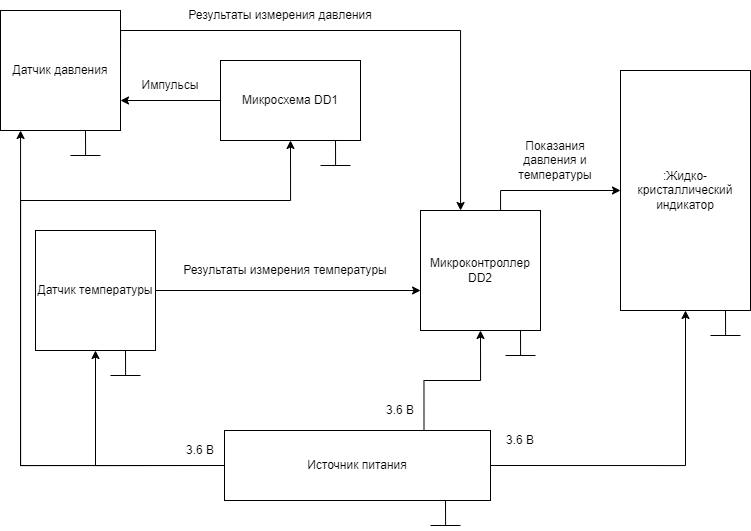
Earlier version of the draw.io export Структурная схема.png (IlyaFedoseev227/LABS-PNRPU-IVT-22-1b). Source tidied: cells renumbered, new cells last; positions are measured from the earlier drawing's top-left corner, leaving out a move shared by most shapes.
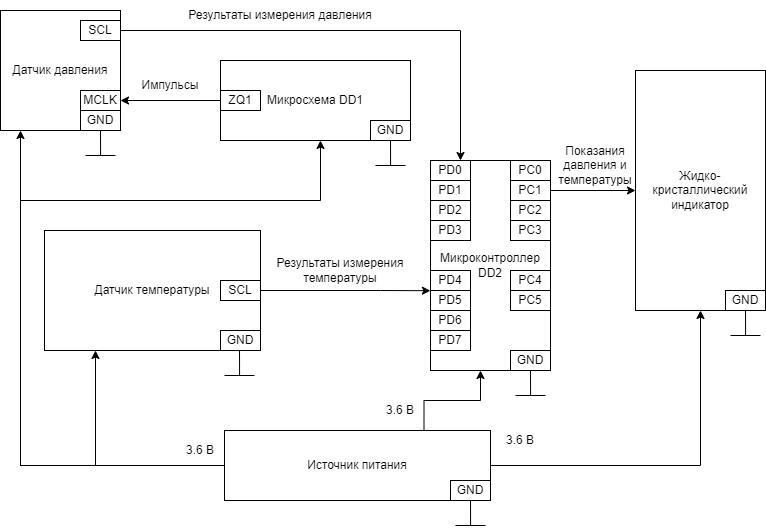
Above is the later version.

Diff of the diagram source:
```diff
@@ -2,58 +2,51 @@
   <root>
     <mxCell id="0" />
     <mxCell id="1" parent="0" />
-    <mxCell id="2" style="edgeStyle=orthogonalEdgeStyle;rounded=0;jettySize=auto;html=1;exitX=0.75;exitY=0;exitDx=0;exitDy=0;entryX=0;entryY=0.5;entryDx=0;entryDy=0;" parent="1" edge="1" source="3" target="4">
-      <mxGeometry relative="1" as="geometry">
-        <Array as="points">
-          <mxPoint x="500" y="210" />
-          <mxPoint x="500" y="190" />
-        </Array>
-      </mxGeometry>
-    </mxCell>
-    <mxCell id="3" value="Микроконтроллер DD2" style="whiteSpace=wrap;html=1;" parent="1" vertex="1">
-      <mxGeometry x="420" y="210" width="120" height="120" as="geometry" />
-    </mxCell>
-    <mxCell id="4" value=":Жидко-кристаллический индикатор" style="rounded=0;whiteSpace=wrap;html=1;" parent="1" vertex="1">
-      <mxGeometry x="620" y="70" width="130" height="240" as="geometry" />
+    <mxCell id="4" value="Жидко-кристаллический индикатор" style="rounded=0;whiteSpace=wrap;html=1;" parent="1" vertex="1">
+      <mxGeometry x="635" y="70" width="130" height="240" as="geometry" />
     </mxCell>
     <mxCell id="5" style="edgeStyle=orthogonalEdgeStyle;rounded=0;jettySize=auto;html=1;exitX=0;exitY=0.5;exitDx=0;exitDy=0;entryX=1;entryY=0.75;entryDx=0;entryDy=0;" parent="1" edge="1" source="6" target="8">
       <mxGeometry relative="1" as="geometry" />
     </mxCell>
     <mxCell id="6" value="Микросхема DD1" style="rounded=0;whiteSpace=wrap;html=1;" parent="1" vertex="1">
-      <mxGeometry x="220" y="60" width="140" height="80" as="geometry" />
+      <mxGeometry x="220" y="60" width="190" height="80" as="geometry" />
     </mxCell>
-    <mxCell id="7" style="edgeStyle=orthogonalEdgeStyle;rounded=0;jettySize=auto;html=1;exitX=1;exitY=0.5;exitDx=0;exitDy=0;" parent="1" edge="1" source="8">
+    <mxCell id="7" style="edgeStyle=orthogonalEdgeStyle;rounded=0;jettySize=auto;html=1;exitX=1;exitY=0.5;exitDx=0;exitDy=0;entryX=0.25;entryY=0;entryDx=0;entryDy=0;" parent="1" edge="1" source="8" target="3">
       <mxGeometry relative="1" as="geometry">
-        <mxPoint x="460" y="210" as="targetPoint" />
         <Array as="points">
           <mxPoint x="120" y="30" />
           <mxPoint x="460" y="30" />
-          <mxPoint x="460" y="210" />
         </Array>
       </mxGeometry>
     </mxCell>
     <mxCell id="8" value="Датчик давления" style="whiteSpace=wrap;html=1;" parent="1" vertex="1">
       <mxGeometry y="10" width="120" height="120" as="geometry" />
     </mxCell>
-    <mxCell id="9" style="edgeStyle=orthogonalEdgeStyle;rounded=0;jettySize=auto;html=1;exitX=1;exitY=0.5;exitDx=0;exitDy=0;" parent="1" edge="1" source="10">
+    <mxCell id="9" style="edgeStyle=orthogonalEdgeStyle;rounded=0;jettySize=auto;html=1;exitX=1;exitY=0.5;exitDx=0;exitDy=0;entryX=-0.001;entryY=0.62;entryDx=0;entryDy=0;entryPerimeter=0;" parent="1" edge="1" target="3">
       <mxGeometry relative="1" as="geometry">
-        <mxPoint x="420" y="290" as="targetPoint" />
+        <mxPoint x="155" y="290" as="sourcePoint" />
         <Array as="points">
-          <mxPoint x="420" y="290" />
+          <mxPoint x="380" y="290" />
+          <mxPoint x="380" y="290" />
         </Array>
       </mxGeometry>
     </mxCell>
-    <mxCell id="10" value="Датчик температуры" style="whiteSpace=wrap;html=1;" parent="1" vertex="1">
-      <mxGeometry x="35" y="230" width="120" height="120" as="geometry" />
-    </mxCell>
     <mxCell id="11" style="edgeStyle=orthogonalEdgeStyle;rounded=0;jettySize=auto;html=1;exitX=1;exitY=0.5;exitDx=0;exitDy=0;entryX=0.5;entryY=1;entryDx=0;entryDy=0;" parent="1" edge="1" source="16" target="4">
       <mxGeometry relative="1" as="geometry" />
     </mxCell>
-    <mxCell id="12" style="edgeStyle=orthogonalEdgeStyle;rounded=0;jettySize=auto;html=1;exitX=0;exitY=0.5;exitDx=0;exitDy=0;entryX=0.5;entryY=1;entryDx=0;entryDy=0;" parent="1" edge="1" source="16" target="10">
-      <mxGeometry relative="1" as="geometry" />
+    <mxCell id="12" style="edgeStyle=orthogonalEdgeStyle;rounded=0;jettySize=auto;html=1;exitX=0;exitY=0.5;exitDx=0;exitDy=0;entryX=0.5;entryY=1;entryDx=0;entryDy=0;" parent="1" edge="1" source="16">
+      <mxGeometry relative="1" as="geometry">
+        <mxPoint x="95" y="350" as="targetPoint" />
+      </mxGeometry>
     </mxCell>
-    <mxCell id="13" style="edgeStyle=orthogonalEdgeStyle;rounded=0;jettySize=auto;html=1;exitX=0.75;exitY=0;exitDx=0;exitDy=0;entryX=0.5;entryY=1;entryDx=0;entryDy=0;" parent="1" edge="1" source="16" target="3">
-      <mxGeometry relative="1" as="geometry" />
+    <mxCell id="13" style="edgeStyle=orthogonalEdgeStyle;rounded=0;jettySize=auto;html=1;exitX=0.75;exitY=0;exitDx=0;exitDy=0;" parent="1" edge="1" source="16">
+      <mxGeometry relative="1" as="geometry">
+        <mxPoint x="480" y="370" as="targetPoint" />
+        <Array as="points">
+          <mxPoint x="424" y="400" />
+          <mxPoint x="480" y="400" />
+        </Array>
+      </mxGeometry>
     </mxCell>
     <mxCell id="14" style="edgeStyle=orthogonalEdgeStyle;rounded=0;jettySize=auto;html=1;exitX=0;exitY=0.5;exitDx=0;exitDy=0;" parent="1" edge="1" source="16">
       <mxGeometry relative="1" as="geometry">
@@ -64,12 +57,14 @@
         </Array>
       </mxGeometry>
     </mxCell>
-    <mxCell id="15" style="edgeStyle=orthogonalEdgeStyle;rounded=0;jettySize=auto;html=1;exitX=0;exitY=0.5;exitDx=0;exitDy=0;entryX=0.5;entryY=1;entryDx=0;entryDy=0;" parent="1" edge="1" source="16" target="6">
+    <mxCell id="15" style="edgeStyle=orthogonalEdgeStyle;rounded=0;jettySize=auto;html=1;exitX=0;exitY=0.5;exitDx=0;exitDy=0;" parent="1" edge="1" source="16">
       <mxGeometry relative="1" as="geometry">
+        <mxPoint x="320" y="140" as="targetPoint" />
         <Array as="points">
           <mxPoint x="20" y="465" />
           <mxPoint x="20" y="200" />
-          <mxPoint x="290" y="200" />
+          <mxPoint x="320" y="200" />
+          <mxPoint x="320" y="140" />
         </Array>
       </mxGeometry>
     </mxCell>
@@ -92,64 +87,149 @@
       <mxGeometry x="170" width="220" height="30" as="geometry" />
     </mxCell>
     <mxCell id="22" value="Результаты измерения температуры" style="text;html=1;strokeColor=none;fillColor=none;align=center;verticalAlign=middle;whiteSpace=wrap;rounded=0;" parent="1" vertex="1">
-      <mxGeometry x="180" y="255" width="210" height="30" as="geometry" />
+      <mxGeometry x="270" y="255" width="140" height="30" as="geometry" />
     </mxCell>
     <mxCell id="23" value="Показания давления и температуры" style="text;html=1;strokeColor=none;fillColor=none;align=center;verticalAlign=middle;whiteSpace=wrap;rounded=0;" parent="1" vertex="1">
-      <mxGeometry x="510" y="130" width="90" height="60" as="geometry" />
+      <mxGeometry x="550" y="135" width="90" height="60" as="geometry" />
     </mxCell>
     <mxCell id="24" style="line;strokeWidth=1;html=1;" parent="1" vertex="1">
-      <mxGeometry x="70" y="150" width="30" height="10" as="geometry" />
+      <mxGeometry x="85" y="150" width="30" height="10" as="geometry" />
     </mxCell>
     <mxCell id="25" style="edgeStyle=orthogonalEdgeStyle;rounded=0;jettySize=auto;html=1;exitX=1;exitY=0.5;exitDx=0;exitDy=0;exitPerimeter=0;entryX=0.503;entryY=0.485;entryDx=0;entryDy=0;entryPerimeter=0;endArrow=none;endFill=0;" parent="1" edge="1" source="26" target="24">
       <mxGeometry relative="1" as="geometry" />
     </mxCell>
     <mxCell id="26" style="line;strokeWidth=1;direction=south;html=1;" parent="1" vertex="1">
-      <mxGeometry x="80" y="130" width="10" as="geometry" />
+      <mxGeometry x="95" y="130" width="10" as="geometry" />
     </mxCell>
     <mxCell id="27" style="line;strokeWidth=1;html=1;" parent="1" vertex="1">
-      <mxGeometry x="430" y="520" width="30" height="10" as="geometry" />
+      <mxGeometry x="455" y="520" width="30" height="10" as="geometry" />
     </mxCell>
     <mxCell id="28" style="edgeStyle=orthogonalEdgeStyle;rounded=0;jettySize=auto;html=1;exitX=1;exitY=0.5;exitDx=0;exitDy=0;exitPerimeter=0;entryX=0.503;entryY=0.485;entryDx=0;entryDy=0;entryPerimeter=0;endArrow=none;endFill=0;" parent="1" edge="1" source="29" target="27">
       <mxGeometry relative="1" as="geometry" />
     </mxCell>
     <mxCell id="29" style="line;strokeWidth=1;direction=south;html=1;" parent="1" vertex="1">
-      <mxGeometry x="440" y="500" width="10" as="geometry" />
+      <mxGeometry x="465" y="500" width="10" as="geometry" />
     </mxCell>
     <mxCell id="30" style="line;strokeWidth=1;html=1;" parent="1" vertex="1">
-      <mxGeometry x="710" y="330" width="30" height="10" as="geometry" />
+      <mxGeometry x="730" y="330" width="30" height="10" as="geometry" />
     </mxCell>
     <mxCell id="31" style="edgeStyle=orthogonalEdgeStyle;rounded=0;jettySize=auto;html=1;exitX=1;exitY=0.5;exitDx=0;exitDy=0;exitPerimeter=0;entryX=0.503;entryY=0.485;entryDx=0;entryDy=0;entryPerimeter=0;endArrow=none;endFill=0;" parent="1" edge="1" source="32" target="30">
       <mxGeometry relative="1" as="geometry" />
     </mxCell>
     <mxCell id="32" style="line;strokeWidth=1;direction=south;html=1;" parent="1" vertex="1">
-      <mxGeometry x="720" y="310" width="10" as="geometry" />
+      <mxGeometry x="740" y="310" width="10" as="geometry" />
     </mxCell>
     <mxCell id="33" style="line;strokeWidth=1;html=1;" parent="1" vertex="1">
-      <mxGeometry x="505" y="350" width="30" height="10" as="geometry" />
+      <mxGeometry x="515" y="390" width="30" height="10" as="geometry" />
     </mxCell>
     <mxCell id="34" style="edgeStyle=orthogonalEdgeStyle;rounded=0;jettySize=auto;html=1;exitX=1;exitY=0.5;exitDx=0;exitDy=0;exitPerimeter=0;entryX=0.503;entryY=0.485;entryDx=0;entryDy=0;entryPerimeter=0;endArrow=none;endFill=0;" parent="1" edge="1" source="35" target="33">
       <mxGeometry relative="1" as="geometry" />
     </mxCell>
     <mxCell id="35" style="line;strokeWidth=1;direction=south;html=1;" parent="1" vertex="1">
-      <mxGeometry x="515" y="330" width="10" as="geometry" />
+      <mxGeometry x="525" y="370" width="10" as="geometry" />
     </mxCell>
     <mxCell id="36" style="line;strokeWidth=1;html=1;" parent="1" vertex="1">
-      <mxGeometry x="110" y="370" width="30" height="10" as="geometry" />
+      <mxGeometry x="224" y="370" width="30" height="10" as="geometry" />
     </mxCell>
     <mxCell id="37" style="edgeStyle=orthogonalEdgeStyle;rounded=0;jettySize=auto;html=1;exitX=1;exitY=0.5;exitDx=0;exitDy=0;exitPerimeter=0;entryX=0.503;entryY=0.485;entryDx=0;entryDy=0;entryPerimeter=0;endArrow=none;endFill=0;" parent="1" edge="1" source="38" target="36">
       <mxGeometry relative="1" as="geometry" />
     </mxCell>
     <mxCell id="38" style="line;strokeWidth=1;direction=south;html=1;" parent="1" vertex="1">
-      <mxGeometry x="120" y="350" width="10" as="geometry" />
+      <mxGeometry x="234" y="350" width="10" as="geometry" />
     </mxCell>
     <mxCell id="39" style="line;strokeWidth=1;html=1;" parent="1" vertex="1">
-      <mxGeometry x="320" y="160" width="30" height="10" as="geometry" />
+      <mxGeometry x="375" y="160" width="30" height="10" as="geometry" />
     </mxCell>
     <mxCell id="40" style="edgeStyle=orthogonalEdgeStyle;rounded=0;jettySize=auto;html=1;exitX=1;exitY=0.5;exitDx=0;exitDy=0;exitPerimeter=0;entryX=0.503;entryY=0.485;entryDx=0;entryDy=0;entryPerimeter=0;endArrow=none;endFill=0;" parent="1" edge="1" source="41" target="39">
       <mxGeometry relative="1" as="geometry" />
     </mxCell>
     <mxCell id="41" style="line;strokeWidth=1;direction=south;html=1;" parent="1" vertex="1">
-      <mxGeometry x="330" y="140" width="10" as="geometry" />
+      <mxGeometry x="385" y="140" width="10" as="geometry" />
     </mxCell>
+    <mxCell id="42" value="GND" style="rounded=0;whiteSpace=wrap;html=1;strokeWidth=1;" parent="1" vertex="1">
+      <mxGeometry x="450" y="480" width="40" height="20" as="geometry" />
+    </mxCell>
+    <mxCell id="43" value="GND" style="rounded=0;whiteSpace=wrap;html=1;strokeWidth=1;" parent="1" vertex="1">
+      <mxGeometry x="725" y="290" width="40" height="20" as="geometry" />
+    </mxCell>
+    <mxCell id="44" value="GND" style="rounded=0;whiteSpace=wrap;html=1;strokeWidth=1;" parent="1" vertex="1">
+      <mxGeometry x="80" y="110" width="40" height="20" as="geometry" />
+    </mxCell>
+    <mxCell id="45" value="GND" style="rounded=0;whiteSpace=wrap;html=1;strokeWidth=1;" parent="1" vertex="1">
+      <mxGeometry x="370" y="120" width="40" height="20" as="geometry" />
+    </mxCell>
+    <mxCell id="46" value="MCLK" style="rounded=0;whiteSpace=wrap;html=1;strokeWidth=1;" parent="1" vertex="1">
+      <mxGeometry x="80" y="90" width="40" height="20" as="geometry" />
+    </mxCell>
+    <mxCell id="47" value="ZQ1" style="rounded=0;whiteSpace=wrap;html=1;strokeWidth=1;" parent="1" vertex="1">
+      <mxGeometry x="220" y="90" width="40" height="20" as="geometry" />
+    </mxCell>
+    <mxCell id="10" value="Датчик температуры" style="rounded=0;whiteSpace=wrap;html=1;strokeWidth=1;" parent="1" vertex="1">
+      <mxGeometry x="44" y="230" width="216" height="120" as="geometry" />
+    </mxCell>
+    <mxCell id="48" value="GND" style="rounded=0;whiteSpace=wrap;html=1;strokeWidth=1;" parent="1" vertex="1">
+      <mxGeometry x="220" y="330" width="40" height="20" as="geometry" />
+    </mxCell>
+    <mxCell id="49" value="SCL" style="rounded=0;whiteSpace=wrap;html=1;strokeWidth=1;" parent="1" vertex="1">
+      <mxGeometry x="220" y="280" width="40" height="20" as="geometry" />
+    </mxCell>
+    <mxCell id="50" value="SCL" style="rounded=0;whiteSpace=wrap;html=1;strokeWidth=1;" parent="1" vertex="1">
+      <mxGeometry x="80" y="20" width="40" height="20" as="geometry" />
+    </mxCell>
+    <mxCell id="2" style="edgeStyle=orthogonalEdgeStyle;rounded=0;jettySize=auto;html=1;exitX=1;exitY=0.5;exitDx=0;exitDy=0;entryX=0;entryY=0.5;entryDx=0;entryDy=0;endArrow=classic;endFill=1;" parent="1" edge="1" source="3" target="4">
+      <mxGeometry relative="1" as="geometry">
+        <Array as="points">
+          <mxPoint x="550" y="190" />
+        </Array>
+      </mxGeometry>
+    </mxCell>
+    <mxCell id="3" value="Микроконтроллер DD2" style="rounded=0;whiteSpace=wrap;html=1;strokeWidth=1;" parent="1" vertex="1">
+      <mxGeometry x="430" y="160" width="120" height="210" as="geometry" />
+    </mxCell>
+    <mxCell id="51" value="GND" style="rounded=0;whiteSpace=wrap;html=1;strokeWidth=1;" parent="1" vertex="1">
+      <mxGeometry x="510" y="350" width="40" height="20" as="geometry" />
+    </mxCell>
+    <mxCell id="52" value="PD0" style="rounded=0;whiteSpace=wrap;html=1;strokeWidth=1;" parent="1" vertex="1">
+      <mxGeometry x="430" y="160" width="40" height="20" as="geometry" />
+    </mxCell>
+    <mxCell id="53" value="PD1" style="rounded=0;whiteSpace=wrap;html=1;strokeWidth=1;" parent="1" vertex="1">
+      <mxGeometry x="430" y="180" width="40" height="20" as="geometry" />
+    </mxCell>
+    <mxCell id="54" value="PD2" style="rounded=0;whiteSpace=wrap;html=1;strokeWidth=1;" parent="1" vertex="1">
+      <mxGeometry x="430" y="200" width="40" height="20" as="geometry" />
+    </mxCell>
+    <mxCell id="55" value="PD3" style="rounded=0;whiteSpace=wrap;html=1;strokeWidth=1;" parent="1" vertex="1">
+      <mxGeometry x="430" y="220" width="40" height="20" as="geometry" />
+    </mxCell>
+    <mxCell id="56" value="PD4" style="rounded=0;whiteSpace=wrap;html=1;strokeWidth=1;" parent="1" vertex="1">
+      <mxGeometry x="430" y="270" width="40" height="20" as="geometry" />
+    </mxCell>
+    <mxCell id="57" value="PD5" style="rounded=0;whiteSpace=wrap;html=1;strokeWidth=1;" parent="1" vertex="1">
+      <mxGeometry x="430" y="290" width="40" height="20" as="geometry" />
+    </mxCell>
+    <mxCell id="58" value="PD6" style="rounded=0;whiteSpace=wrap;html=1;strokeWidth=1;" parent="1" vertex="1">
+      <mxGeometry x="430" y="310" width="40" height="20" as="geometry" />
+    </mxCell>
+    <mxCell id="59" value="PD7" style="rounded=0;whiteSpace=wrap;html=1;strokeWidth=1;" parent="1" vertex="1">
+      <mxGeometry x="430" y="330" width="40" height="20" as="geometry" />
+    </mxCell>
+    <mxCell id="60" value="PC0" style="rounded=0;whiteSpace=wrap;html=1;strokeWidth=1;" parent="1" vertex="1">
+      <mxGeometry x="510" y="160" width="40" height="20" as="geometry" />
+    </mxCell>
+    <mxCell id="61" value="PC1" style="rounded=0;whiteSpace=wrap;html=1;strokeWidth=1;" parent="1" vertex="1">
+      <mxGeometry x="510" y="180" width="40" height="20" as="geometry" />
+    </mxCell>
+    <mxCell id="62" value="PC2" style="rounded=0;whiteSpace=wrap;html=1;strokeWidth=1;" parent="1" vertex="1">
+      <mxGeometry x="510" y="200" width="40" height="20" as="geometry" />
+    </mxCell>
+    <mxCell id="63" value="PC3" style="rounded=0;whiteSpace=wrap;html=1;strokeWidth=1;" parent="1" vertex="1">
+      <mxGeometry x="510" y="220" width="40" height="20" as="geometry" />
+    </mxCell>
+    <mxCell id="64" value="PC4" style="rounded=0;whiteSpace=wrap;html=1;strokeWidth=1;" parent="1" vertex="1">
+      <mxGeometry x="510" y="270" width="40" height="20" as="geometry" />
+    </mxCell>
+    <mxCell id="65" value="PC5" style="rounded=0;whiteSpace=wrap;html=1;strokeWidth=1;" parent="1" vertex="1">
+      <mxGeometry x="510" y="290" width="40" height="20" as="geometry" />
+    </mxCell>
   </root>
 </mxGraphModel>
```
